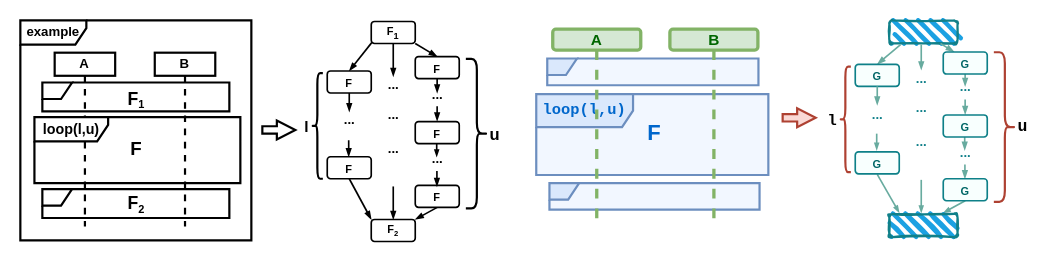
The draw.io diagram loop.drawio in ShiYufei0708/draw, before the edit. Source tidied: cells renumbered, new cells numbered last; positions are measured from the earlier drawing's top-left corner, leaving out a move shared by most shapes. Both pictures are drawn from the tidied source at 110%, with x=0, y=0 at pixel (20, 20).
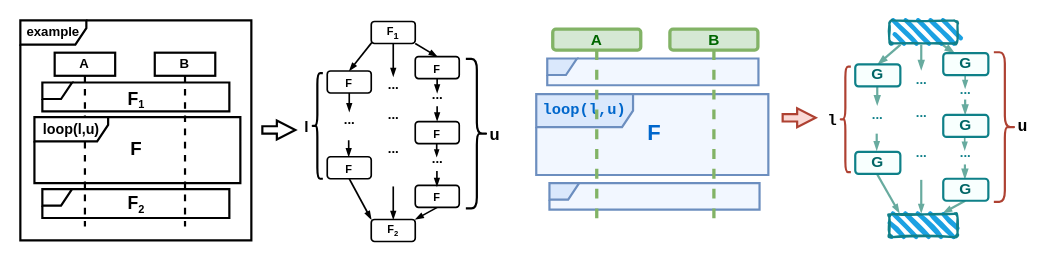
The same page after the edit.

Unchanged cells that the change refers to:
```xml
<mxCell id="49" style="rounded=1;whiteSpace=wrap;html=1;strokeWidth=2;fillWeight=4;hachureGap=8;hachureAngle=45;fillColor=#1ba1e2;sketch=1;strokeColor=light-dark(#108089, #ededed);" parent="1" vertex="1">
  <mxGeometry x="790" width="62" height="21" as="geometry" />
</mxCell>
```

Change to the diagram source:
```diff
@@
+    <mxCell id="55" style="rounded=0;orthogonalLoop=1;jettySize=auto;html=1;exitX=0.5;exitY=1;exitDx=0;exitDy=0;fontStyle=1;strokeWidth=2;endSize=4;endArrow=blockThin;endFill=1;strokeColor=light-dark(#68ab9f, #ededed);" parent="1" edge="1">
+      <mxGeometry relative="1" as="geometry">
+        <mxPoint x="779" y="60" as="sourcePoint" />
+        <mxPoint x="779" y="77" as="targetPoint" />
+      </mxGeometry>
+    </mxCell>
+    <mxCell id="52" style="rounded=0;jettySize=auto;html=1;fontStyle=1;strokeWidth=2;endSize=4;endArrow=blockThin;endFill=1;exitX=0.75;exitY=1;exitDx=0;exitDy=0;strokeColor=light-dark(#68ab9f, #ededed);entryX=0.25;entryY=0;entryDx=0;entryDy=0;" parent="1" edge="1" source="49" target="72">
+      <mxGeometry relative="1" as="geometry" />
+    </mxCell>
@@
-    <mxCell id="50" style="rounded=0;jettySize=auto;html=1;exitX=0.029;exitY=0.917;exitDx=0;exitDy=0;fontStyle=1;strokeWidth=1.5;endSize=4;entryX=0.5;entryY=0;entryDx=0;entryDy=0;endArrow=blockThin;endFill=1;exitPerimeter=0;strokeColor=light-dark(#68ab9f, #ededed);" parent="1" edge="1" target="53">
+    <mxCell id="50" style="rounded=0;jettySize=auto;html=1;exitX=0.029;exitY=0.917;exitDx=0;exitDy=0;fontStyle=1;strokeWidth=2;endSize=4;entryX=0.5;entryY=0;entryDx=0;entryDy=0;endArrow=blockThin;endFill=1;exitPerimeter=0;strokeColor=light-dark(#68ab9f, #ededed);" parent="1" edge="1" target="53">
       <mxGeometry relative="1" as="geometry">
         <mxPoint x="800.2" y="22" as="sourcePoint" />
       </mxGeometry>
     </mxCell>
-    <mxCell id="51" style="rounded=0;orthogonalLoop=1;jettySize=auto;html=1;fontStyle=1;strokeWidth=1.5;endSize=4;endArrow=blockThin;endFill=1;strokeColor=light-dark(#68ab9f, #ededed);" parent="1" edge="1">
+    <mxCell id="51" style="rounded=0;orthogonalLoop=1;jettySize=auto;html=1;fontStyle=1;strokeWidth=2;endSize=4;endArrow=blockThin;endFill=1;strokeColor=light-dark(#68ab9f, #ededed);" parent="1" edge="1">
       <mxGeometry relative="1" as="geometry">
         <mxPoint x="819" y="22" as="sourcePoint" />
         <mxPoint x="819" y="45" as="targetPoint" />
       </mxGeometry>
     </mxCell>
-    <mxCell id="52" style="rounded=0;jettySize=auto;html=1;fontStyle=1;strokeWidth=1.5;endSize=4;endArrow=blockThin;endFill=1;exitX=0.75;exitY=1;exitDx=0;exitDy=0;strokeColor=light-dark(#68ab9f, #ededed);entryX=0.25;entryY=0;entryDx=0;entryDy=0;" parent="1" edge="1" source="49" target="72">
-      <mxGeometry relative="1" as="geometry" />
-    </mxCell>
-    <mxCell id="53" value="&lt;span style=&quot;font-size: 10px;&quot;&gt;&lt;font style=&quot;color: rgb(0, 102, 102);&quot;&gt;G&lt;/font&gt;&lt;/span&gt;&lt;span style=&quot;font-size: 8.33333px;&quot;&gt;&lt;/span&gt;" style="rounded=1;whiteSpace=wrap;html=1;verticalAlign=bottom;fontStyle=1;strokeWidth=1.5;fillColor=light-dark(#f8fffe, #103c3f);strokeColor=#0e8088;" parent="1" vertex="1">
-      <mxGeometry x="759" y="40" width="40" height="20" as="geometry" />
+    <mxCell id="53" value="&lt;font style=&quot;color: rgb(0, 102, 102); font-size: 14px;&quot;&gt;G&lt;/font&gt;&lt;span style=&quot;font-size: 8.33333px;&quot;&gt;&lt;/span&gt;" style="rounded=1;whiteSpace=wrap;html=1;verticalAlign=bottom;fontStyle=1;strokeWidth=2;fillColor=light-dark(#f8fffe, #103c3f);strokeColor=#0e8088;" parent="1" vertex="1">
+      <mxGeometry x="759" y="40" width="41" height="20" as="geometry" />
     </mxCell>
-    <mxCell id="54" style="edgeStyle=orthogonalEdgeStyle;rounded=0;orthogonalLoop=1;jettySize=auto;html=1;exitX=0.5;exitY=1;exitDx=0;exitDy=0;fontStyle=1;strokeWidth=1.5;endSize=3;endArrow=blockThin;endFill=1;strokeColor=light-dark(#68ab9f, #ededed);" parent="1" edge="1">
+    <mxCell id="54" style="edgeStyle=orthogonalEdgeStyle;rounded=0;orthogonalLoop=1;jettySize=auto;html=1;exitX=0.5;exitY=1;exitDx=0;exitDy=0;fontStyle=1;strokeWidth=2;endSize=3;endArrow=blockThin;endFill=1;strokeColor=light-dark(#68ab9f, #ededed);" parent="1" edge="1">
       <mxGeometry relative="1" as="geometry">
         <mxPoint x="778.5" y="103" as="sourcePoint" />
         <mxPoint x="778.5" y="118" as="targetPoint" />
       </mxGeometry>
     </mxCell>
-    <mxCell id="55" style="rounded=0;orthogonalLoop=1;jettySize=auto;html=1;exitX=0.5;exitY=1;exitDx=0;exitDy=0;fontStyle=1;strokeWidth=1.5;endSize=4;endArrow=blockThin;endFill=1;strokeColor=light-dark(#68ab9f, #ededed);" parent="1" edge="1">
-      <mxGeometry relative="1" as="geometry">
-        <mxPoint x="779" y="60" as="sourcePoint" />
-        <mxPoint x="779" y="77" as="targetPoint" />
-      </mxGeometry>
-    </mxCell>
-    <mxCell id="56" style="rounded=0;orthogonalLoop=1;jettySize=auto;html=1;entryX=0;entryY=0;entryDx=0;entryDy=0;exitX=0.5;exitY=1;exitDx=0;exitDy=0;fontStyle=1;strokeWidth=1.5;endSize=3;endArrow=blockThin;endFill=1;strokeColor=light-dark(#68ab9f, #ededed);" parent="1" edge="1">
+    <mxCell id="56" style="rounded=0;orthogonalLoop=1;jettySize=auto;html=1;entryX=0;entryY=0;entryDx=0;entryDy=0;exitX=0.5;exitY=1;exitDx=0;exitDy=0;fontStyle=1;strokeWidth=2;endSize=3;endArrow=blockThin;endFill=1;strokeColor=light-dark(#68ab9f, #ededed);" parent="1" edge="1">
       <mxGeometry relative="1" as="geometry">
         <mxPoint x="779" y="140" as="sourcePoint" />
         <mxPoint x="799" y="175" as="targetPoint" />
       </mxGeometry>
     </mxCell>
     <mxCell id="57" value="..." style="text;html=1;align=center;verticalAlign=middle;strokeColor=none;fillColor=none;fontStyle=1;strokeWidth=1.5;fontColor=light-dark(#10808a, #ededed);" parent="1" vertex="1">
-      <mxGeometry x="805" y="40" width="28" height="26" as="geometry" />
+      <mxGeometry x="805" y="41" width="28" height="26" as="geometry" />
     </mxCell>
     <mxCell id="58" value="..." style="text;html=1;align=center;verticalAlign=middle;strokeColor=none;fillColor=none;fontStyle=1;strokeWidth=1.5;fontColor=light-dark(#10808a, #ededed);" parent="1" vertex="1">
-      <mxGeometry x="805" y="67" width="28" height="26" as="geometry" />
+      <mxGeometry x="805" y="71.2" width="28" height="26" as="geometry" />
     </mxCell>
-    <mxCell id="59" style="rounded=0;orthogonalLoop=1;jettySize=auto;html=1;entryX=1;entryY=0;entryDx=0;entryDy=0;exitX=0.5;exitY=1;exitDx=0;exitDy=0;fontStyle=1;strokeWidth=1.5;endSize=3;endArrow=blockThin;endFill=1;strokeColor=light-dark(#68ab9f, #ededed);" parent="1" edge="1">
+    <mxCell id="59" style="rounded=0;orthogonalLoop=1;jettySize=auto;html=1;entryX=1;entryY=0;entryDx=0;entryDy=0;exitX=0.5;exitY=1;exitDx=0;exitDy=0;fontStyle=1;strokeWidth=2;endSize=3;endArrow=blockThin;endFill=1;strokeColor=light-dark(#68ab9f, #ededed);" parent="1" edge="1">
       <mxGeometry relative="1" as="geometry">
         <mxPoint x="859" y="164" as="sourcePoint" />
         <mxPoint x="839" y="175" as="targetPoint" />
       </mxGeometry>
     </mxCell>
@@
-    <mxCell id="61" style="rounded=0;orthogonalLoop=1;jettySize=auto;html=1;entryX=0.5;entryY=0;entryDx=0;entryDy=0;fontStyle=1;strokeWidth=1.5;endSize=3;endArrow=blockThin;endFill=1;strokeColor=light-dark(#68ab9f, #ededed);" parent="1" edge="1">
+    <mxCell id="61" style="rounded=0;orthogonalLoop=1;jettySize=auto;html=1;entryX=0.5;entryY=0;entryDx=0;entryDy=0;fontStyle=1;strokeWidth=2;endSize=3;endArrow=blockThin;endFill=1;strokeColor=light-dark(#68ab9f, #ededed);" parent="1" edge="1">
       <mxGeometry relative="1" as="geometry">
         <mxPoint x="819" y="145" as="sourcePoint" />
         <mxPoint x="819" y="175" as="targetPoint" />
       </mxGeometry>
     </mxCell>
     <mxCell id="62" style="rounded=0;orthogonalLoop=1;jettySize=auto;html=1;exitX=0.5;exitY=1;exitDx=0;exitDy=0;entryX=0.5;entryY=0;entryDx=0;entryDy=0;fontStyle=1;strokeWidth=1.5;endSize=4;endArrow=blockThin;endFill=1;strokeColor=light-dark(#68ab9f, #ededed);" parent="1" edge="1">
       <mxGeometry relative="1" as="geometry">
-        <mxPoint x="858.9" y="47" as="sourcePoint" />
-        <mxPoint x="858.9" y="60" as="targetPoint" />
+        <mxPoint x="858.9" y="49" as="sourcePoint" />
+        <mxPoint x="858.9" y="62" as="targetPoint" />
       </mxGeometry>
     </mxCell>
@@
-    <mxCell id="64" style="edgeStyle=orthogonalEdgeStyle;rounded=0;orthogonalLoop=1;jettySize=auto;html=1;exitX=0.5;exitY=1;exitDx=0;exitDy=0;fontStyle=1;strokeWidth=1.5;endSize=4;endArrow=blockThin;endFill=1;strokeColor=light-dark(#68ab9f, #ededed);" parent="1" edge="1">
+    <mxCell id="64" style="edgeStyle=orthogonalEdgeStyle;rounded=0;orthogonalLoop=1;jettySize=auto;html=1;exitX=0.5;exitY=1;exitDx=0;exitDy=0;fontStyle=1;strokeWidth=2;endSize=4;endArrow=blockThin;endFill=1;strokeColor=light-dark(#68ab9f, #ededed);" parent="1" edge="1">
       <mxGeometry relative="1" as="geometry">
         <mxPoint x="858.9" y="72" as="sourcePoint" />
         <mxPoint x="858.9" y="85.5" as="targetPoint" />
       </mxGeometry>
     </mxCell>
     <mxCell id="65" value="..." style="text;html=1;align=center;verticalAlign=middle;strokeColor=none;fillColor=none;fontStyle=1;strokeWidth=1.5;fontColor=light-dark(#10808a, #ededed);" parent="1" vertex="1">
-      <mxGeometry x="845" y="48" width="28" height="26" as="geometry" />
+      <mxGeometry x="845" y="49.8" width="28" height="26" as="geometry" />
     </mxCell>
@@
     <mxCell id="67" value="..." style="text;html=1;align=center;verticalAlign=middle;strokeColor=none;fillColor=none;fontStyle=1;strokeWidth=1.5;fontColor=light-dark(#10808a, #ededed);" parent="1" vertex="1">
-      <mxGeometry x="805" y="98" width="28" height="26" as="geometry" />
+      <mxGeometry x="805" y="108.2" width="28" height="26" as="geometry" />
     </mxCell>
@@
-    <mxCell id="71" value="&lt;span style=&quot;font-size: 10px;&quot;&gt;&lt;font style=&quot;color: rgb(0, 102, 102);&quot;&gt;G&lt;/font&gt;&lt;/span&gt;&lt;span style=&quot;font-size: 8.33333px;&quot;&gt;&lt;/span&gt;" style="rounded=1;whiteSpace=wrap;html=1;verticalAlign=bottom;fontStyle=1;strokeWidth=1.5;fillColor=light-dark(#f8fffe, #103c3f);strokeColor=#0e8088;" parent="1" vertex="1">
-      <mxGeometry x="759" y="119.6" width="40" height="20" as="geometry" />
+    <mxCell id="71" value="&lt;font style=&quot;color: rgb(0, 102, 102); font-size: 14px;&quot;&gt;G&lt;/font&gt;&lt;span style=&quot;font-size: 8.33333px;&quot;&gt;&lt;/span&gt;" style="rounded=1;whiteSpace=wrap;html=1;verticalAlign=bottom;fontStyle=1;strokeWidth=2;fillColor=light-dark(#f8fffe, #103c3f);strokeColor=#0e8088;" parent="1" vertex="1">
+      <mxGeometry x="759" y="119.6" width="41" height="20" as="geometry" />
     </mxCell>
-    <mxCell id="72" value="&lt;span style=&quot;font-size: 10px;&quot;&gt;&lt;font style=&quot;color: rgb(0, 102, 102);&quot;&gt;G&lt;/font&gt;&lt;/span&gt;&lt;span style=&quot;font-size: 8.33333px;&quot;&gt;&lt;/span&gt;" style="rounded=1;whiteSpace=wrap;html=1;verticalAlign=bottom;fontStyle=1;strokeWidth=1.5;fillColor=light-dark(#f8fffe, #103c3f);strokeColor=#0e8088;" parent="1" vertex="1">
-      <mxGeometry x="839" y="28.8" width="40" height="20" as="geometry" />
+    <mxCell id="72" value="&lt;font style=&quot;color: rgb(0, 102, 102); font-size: 14px;&quot;&gt;G&lt;/font&gt;&lt;span style=&quot;font-size: 8.33333px;&quot;&gt;&lt;/span&gt;" style="rounded=1;whiteSpace=wrap;html=1;verticalAlign=bottom;fontStyle=1;strokeWidth=2;fillColor=light-dark(#f8fffe, #103c3f);strokeColor=#0e8088;" parent="1" vertex="1">
+      <mxGeometry x="839" y="29.8" width="41" height="20" as="geometry" />
     </mxCell>
-    <mxCell id="73" value="&lt;span style=&quot;font-size: 10px;&quot;&gt;&lt;font style=&quot;color: rgb(0, 102, 102);&quot;&gt;G&lt;/font&gt;&lt;/span&gt;&lt;span style=&quot;font-size: 8.33333px;&quot;&gt;&lt;/span&gt;" style="rounded=1;whiteSpace=wrap;html=1;verticalAlign=bottom;fontStyle=1;strokeWidth=1.5;fillColor=light-dark(#f8fffe, #103c3f);strokeColor=#0e8088;" parent="1" vertex="1">
-      <mxGeometry x="839" y="86" width="40" height="20" as="geometry" />
+    <mxCell id="73" value="&lt;font style=&quot;color: rgb(0, 102, 102); font-size: 14px;&quot;&gt;G&lt;/font&gt;&lt;span style=&quot;font-size: 8.33333px;&quot;&gt;&lt;/span&gt;" style="rounded=1;whiteSpace=wrap;html=1;verticalAlign=bottom;fontStyle=1;strokeWidth=2;fillColor=light-dark(#f8fffe, #103c3f);strokeColor=#0e8088;" parent="1" vertex="1">
+      <mxGeometry x="839" y="86" width="41" height="20" as="geometry" />
     </mxCell>
-    <mxCell id="74" style="edgeStyle=orthogonalEdgeStyle;rounded=0;orthogonalLoop=1;jettySize=auto;html=1;exitX=0.5;exitY=1;exitDx=0;exitDy=0;fontStyle=1;strokeWidth=1.5;endSize=4;endArrow=blockThin;endFill=1;strokeColor=light-dark(#68ab9f, #ededed);" parent="1" edge="1">
+    <mxCell id="74" style="edgeStyle=orthogonalEdgeStyle;rounded=0;orthogonalLoop=1;jettySize=auto;html=1;exitX=0.5;exitY=1;exitDx=0;exitDy=0;fontStyle=1;strokeWidth=2;endSize=4;endArrow=blockThin;endFill=1;strokeColor=light-dark(#68ab9f, #ededed);" parent="1" edge="1">
       <mxGeometry relative="1" as="geometry">
         <mxPoint x="858.7" y="131" as="sourcePoint" />
         <mxPoint x="858.7" y="144" as="targetPoint" />
         <Array as="points">
           <mxPoint x="859" y="144" />
         </Array>
       </mxGeometry>
     </mxCell>
-    <mxCell id="75" value="&lt;span style=&quot;font-size: 10px;&quot;&gt;&lt;font style=&quot;color: rgb(0, 102, 102);&quot;&gt;G&lt;/font&gt;&lt;/span&gt;&lt;span style=&quot;font-size: 8.33333px;&quot;&gt;&lt;/span&gt;" style="rounded=1;whiteSpace=wrap;html=1;verticalAlign=bottom;fontStyle=1;strokeWidth=1.5;fillColor=light-dark(#f8fffe, #103c3f);strokeColor=#0e8088;" parent="1" vertex="1">
-      <mxGeometry x="839" y="144" width="40" height="20" as="geometry" />
+    <mxCell id="75" value="&lt;font style=&quot;color: rgb(0, 102, 102); font-size: 14px;&quot;&gt;G&lt;/font&gt;&lt;span style=&quot;font-size: 8.33333px;&quot;&gt;&lt;/span&gt;" style="rounded=1;whiteSpace=wrap;html=1;verticalAlign=bottom;fontStyle=1;strokeWidth=2;fillColor=light-dark(#f8fffe, #103c3f);strokeColor=#0e8088;" parent="1" vertex="1">
+      <mxGeometry x="839" y="144" width="41" height="20" as="geometry" />
     </mxCell>
```
